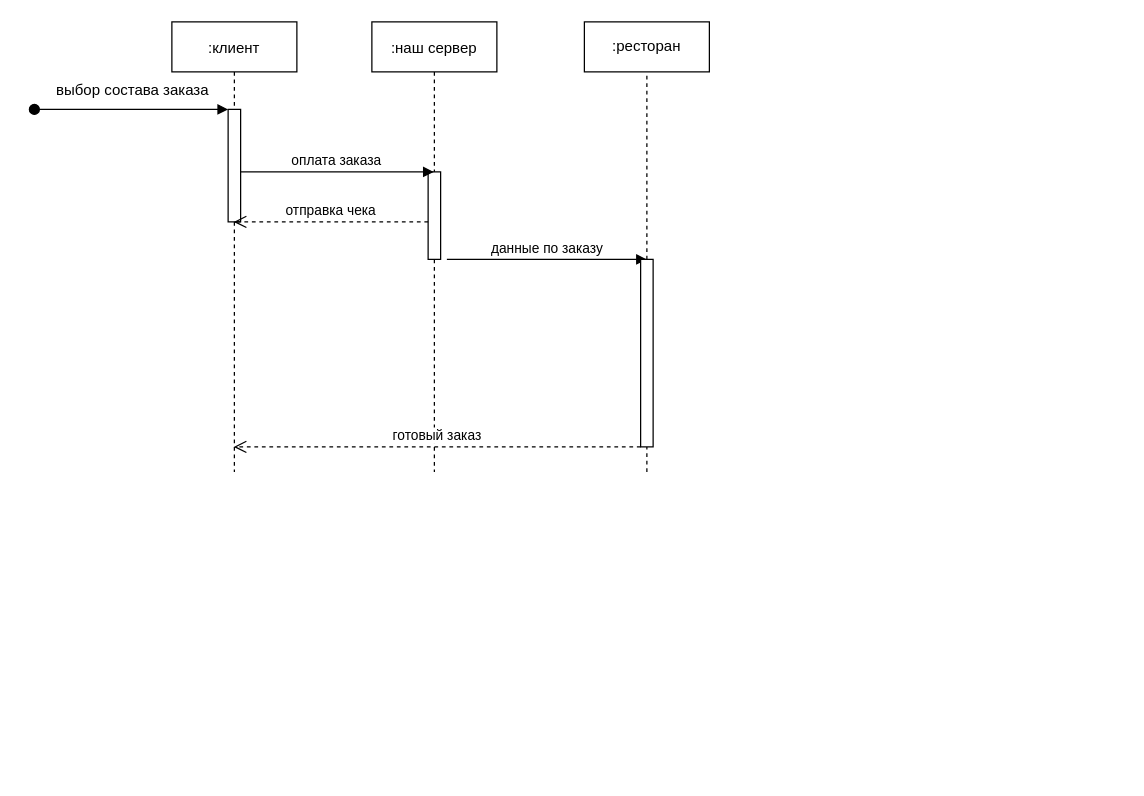
Before: Диаграмма последовательности ТЗ3.drawio in belyavlcg/tp_hse_hw_3, a draw.io diagram. Source tidied: cells renumbered, new cells numbered last; positions are measured from the earlier drawing's top-left corner, leaving out a move shared by most shapes. Both pictures are drawn from the tidied source at 125%, with x=0, y=0 at pixel (21, 21).
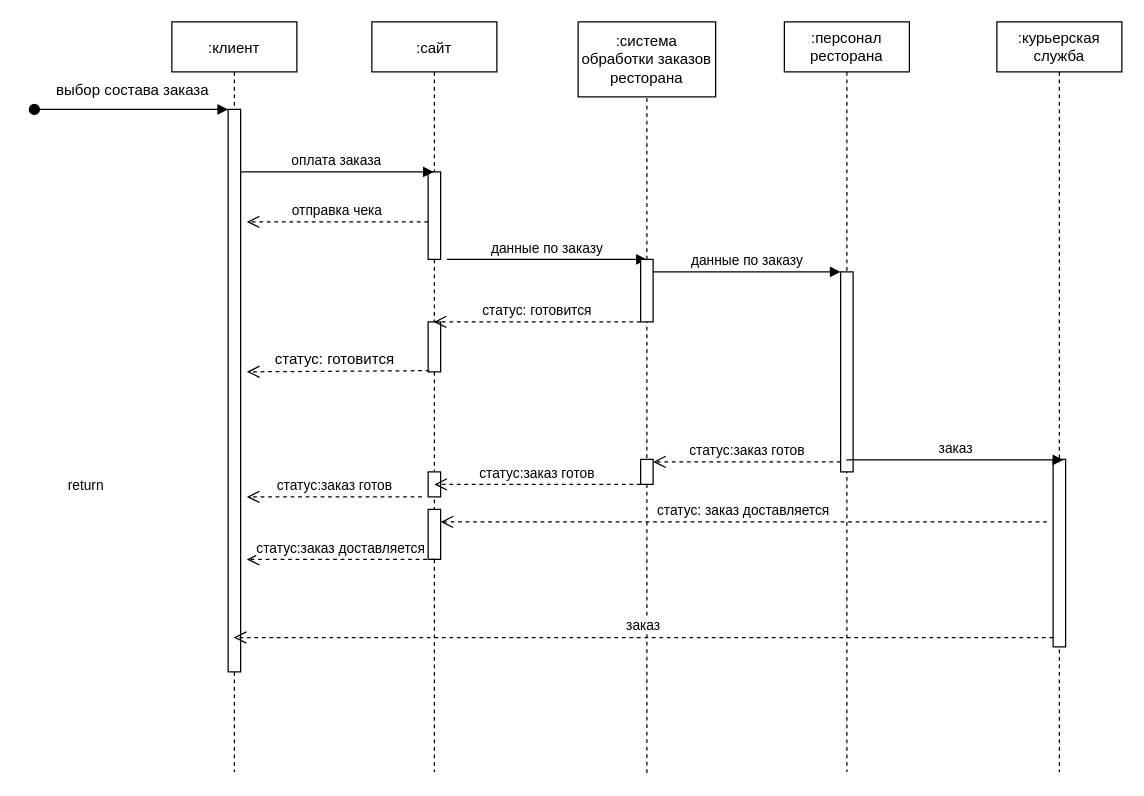
The same page after the edit.

Diff of the diagram source:
```diff
@@
     <mxCell id="2" value=":клиент" style="shape=umlLifeline;perimeter=lifelinePerimeter;rounded=0;shadow=0;strokeWidth=1;" parent="1" vertex="1">
-      <mxGeometry x="120" width="100" height="360" as="geometry" />
+      <mxGeometry x="120" width="100" height="600" as="geometry" />
     </mxCell>
     <mxCell id="3" style="points=[];perimeter=orthogonalPerimeter;rounded=0;shadow=0;strokeWidth=1;" parent="2" vertex="1">
-      <mxGeometry x="45" y="70" width="10" height="90" as="geometry" />
+      <mxGeometry x="45" y="70" width="10" height="450" as="geometry" />
     </mxCell>
@@
-    <mxCell id="5" value=":наш сервер" style="shape=umlLifeline;perimeter=lifelinePerimeter;rounded=0;shadow=0;strokeWidth=1;" parent="1" vertex="1">
-      <mxGeometry x="280" width="100" height="360" as="geometry" />
+    <mxCell id="5" value=":сайт" style="shape=umlLifeline;perimeter=lifelinePerimeter;rounded=0;shadow=0;strokeWidth=1;" parent="1" vertex="1">
+      <mxGeometry x="280" width="100" height="600" as="geometry" />
     </mxCell>
@@
-    <mxCell id="7" value="отправка чека" style="html=1;verticalAlign=bottom;endArrow=open;dashed=1;endSize=8;rounded=0;" parent="5" edge="1" target="2">
+    <mxCell id="7" value="отправка чека" style="html=1;verticalAlign=bottom;endArrow=open;dashed=1;endSize=8;rounded=0;" parent="5" edge="1">
       <mxGeometry relative="1" as="geometry">
         <mxPoint x="45" y="160" as="sourcePoint" />
+        <mxPoint x="-100" y="160" as="targetPoint" />
         <Array as="points">
           <mxPoint x="5" y="160" />
         </Array>
       </mxGeometry>
     </mxCell>
@@
+    <mxCell id="16" style="html=1;points=[];perimeter=orthogonalPerimeter;" parent="5" vertex="1">
+      <mxGeometry x="45" y="240" width="10" height="40" as="geometry" />
+    </mxCell>
+    <mxCell id="17" style="html=1;perimeter=orthogonalPerimeter;" parent="5" vertex="1">
+      <mxGeometry x="45" y="360" width="10" height="20" as="geometry" />
+    </mxCell>
+    <mxCell id="18" value="статус:заказ готов" style="html=1;verticalAlign=bottom;endArrow=open;dashed=1;endSize=8;rounded=0;" parent="5" edge="1">
+      <mxGeometry relative="1" as="geometry">
+        <mxPoint x="40" y="380" as="sourcePoint" />
+        <mxPoint x="-100" y="380" as="targetPoint" />
+      </mxGeometry>
+    </mxCell>
+    <mxCell id="19" style="html=1;points=[];perimeter=orthogonalPerimeter;" parent="5" vertex="1">
+      <mxGeometry x="45" y="390" width="10" height="40" as="geometry" />
+    </mxCell>
@@
-    <mxCell id="10" value=":ресторан" style="rounded=0;whiteSpace=wrap;html=1;" parent="1" vertex="1">
-      <mxGeometry x="450" width="100" height="40" as="geometry" />
+    <mxCell id="10" value=":система обработки заказов ресторана" style="rounded=0;whiteSpace=wrap;html=1;" parent="1" vertex="1">
+      <mxGeometry x="445" width="110" height="60" as="geometry" />
     </mxCell>
@@
     <mxCell id="13" style="points=[];perimeter=orthogonalPerimeter;rounded=0;shadow=0;strokeWidth=1;" parent="1" vertex="1">
-      <mxGeometry x="495" y="190" width="10" height="150" as="geometry" />
+      <mxGeometry x="495" y="190" width="10" height="50" as="geometry" />
     </mxCell>
     <mxCell id="14" style="endArrow=none;dashed=1;html=1;rounded=0;entryX=0.5;entryY=1;entryDx=0;entryDy=0;" parent="1" edge="1" target="13">
       <mxGeometry relative="1" as="geometry">
-        <mxPoint x="500" y="360" as="sourcePoint" />
+        <mxPoint x="500" y="600.8" as="sourcePoint" />
       </mxGeometry>
     </mxCell>
-    <mxCell id="15" value="готовый заказ" style="html=1;verticalAlign=bottom;endArrow=open;dashed=1;endSize=8;rounded=0;" parent="1" edge="1" target="2">
-      <mxGeometry relative="1" as="geometry">
-        <mxPoint x="495" y="340" as="sourcePoint" />
-      </mxGeometry>
-    </mxCell>
+    <mxCell id="20" value=":персонал ресторана" style="shape=umlLifeline;perimeter=lifelinePerimeter;whiteSpace=wrap;html=1;outlineConnect=0;" parent="1" vertex="1">
+      <mxGeometry x="610" width="100" height="600" as="geometry" />
+    </mxCell>
+    <mxCell id="21" style="html=1;points=[];perimeter=orthogonalPerimeter;" parent="20" vertex="1">
+      <mxGeometry x="45" y="200" width="10" height="160" as="geometry" />
+    </mxCell>
+    <mxCell id="22" value="статус: готовится" style="html=1;verticalAlign=bottom;endArrow=open;dashed=1;endSize=8;rounded=0;" parent="1" edge="1" target="5">
+      <mxGeometry relative="1" as="geometry">
+        <mxPoint x="495" y="240" as="sourcePoint" />
+      </mxGeometry>
+    </mxCell>
+    <mxCell id="23" value="return" style="html=1;verticalAlign=bottom;endArrow=open;dashed=1;endSize=8;rounded=0;exitX=0.1;exitY=0.975;exitDx=0;exitDy=0;exitPerimeter=0;" parent="1" edge="1" source="16">
+      <mxGeometry x="1" y="164" relative="1" as="geometry">
+        <mxPoint x="180" y="280" as="targetPoint" />
+        <mxPoint x="-130" y="-64" as="offset" />
+      </mxGeometry>
+    </mxCell>
+    <mxCell id="24" value="статус: готовится" style="text;html=1;align=center;verticalAlign=middle;strokeColor=none;fillColor=none;" parent="1" vertex="1">
+      <mxGeometry x="190" y="255" width="120" height="30" as="geometry" />
+    </mxCell>
+    <mxCell id="25" value="данные по заказу" style="html=1;verticalAlign=bottom;endArrow=block;entryX=0;entryY=0;rounded=0;" parent="1" edge="1" source="13" target="21">
+      <mxGeometry relative="1" as="geometry" />
+    </mxCell>
+    <mxCell id="26" value=":курьерская служба" style="shape=umlLifeline;perimeter=lifelinePerimeter;whiteSpace=wrap;html=1;" parent="1" vertex="1">
+      <mxGeometry x="780" width="100" height="600" as="geometry" />
+    </mxCell>
+    <mxCell id="27" style="html=1;points=[];perimeter=orthogonalPerimeter;" parent="26" vertex="1">
+      <mxGeometry x="45" y="350" width="10" height="150" as="geometry" />
+    </mxCell>
+    <mxCell id="28" value="статус: заказ доставляется" style="html=1;verticalAlign=bottom;endArrow=open;dashed=1;endSize=8;rounded=0;" parent="26" edge="1" target="19">
+      <mxGeometry relative="1" as="geometry">
+        <mxPoint x="40" y="400" as="sourcePoint" />
+      </mxGeometry>
+    </mxCell>
+    <mxCell id="29" value="статус:заказ готов" style="html=1;verticalAlign=bottom;endArrow=open;dashed=1;endSize=8;exitX=0;exitY=0.95;rounded=0;" parent="1" edge="1" source="21" target="30">
+      <mxGeometry relative="1" as="geometry" />
+    </mxCell>
+    <mxCell id="30" style="html=1;points=[];perimeter=orthogonalPerimeter;" parent="1" vertex="1">
+      <mxGeometry x="495" y="350" width="10" height="20" as="geometry" />
+    </mxCell>
+    <mxCell id="31" value="статус:заказ готов" style="html=1;verticalAlign=bottom;endArrow=open;dashed=1;endSize=8;exitX=0;exitY=0.95;rounded=0;" parent="1" edge="1">
+      <mxGeometry relative="1" as="geometry">
+        <mxPoint x="495" y="370" as="sourcePoint" />
+        <mxPoint x="330" y="370" as="targetPoint" />
+      </mxGeometry>
+    </mxCell>
+    <mxCell id="32" value="заказ" style="html=1;verticalAlign=bottom;endArrow=block;entryX=0.82;entryY=0.003;rounded=0;entryDx=0;entryDy=0;entryPerimeter=0;" parent="1" edge="1" source="20" target="27">
+      <mxGeometry relative="1" as="geometry" />
+    </mxCell>
+    <mxCell id="33" value="заказ" style="html=1;verticalAlign=bottom;endArrow=open;dashed=1;endSize=8;exitX=0;exitY=0.95;rounded=0;" parent="1" edge="1" source="27" target="2">
+      <mxGeometry relative="1" as="geometry" />
+    </mxCell>
+    <mxCell id="34" value="статус:заказ доставляется" style="html=1;verticalAlign=bottom;endArrow=open;dashed=1;endSize=8;rounded=0;" parent="1" edge="1">
+      <mxGeometry relative="1" as="geometry">
+        <mxPoint x="330" y="430" as="sourcePoint" />
+        <mxPoint x="180" y="430" as="targetPoint" />
+      </mxGeometry>
+    </mxCell>
```
